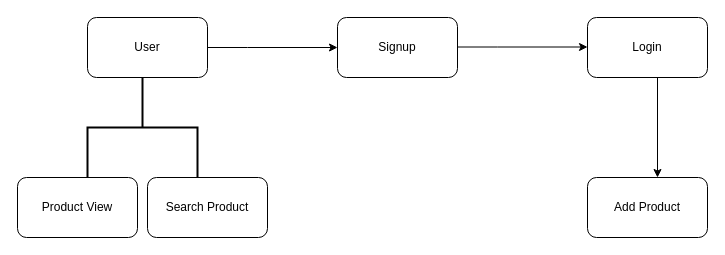
The draw.io diagram Untitled Diagram.drawio in Shilpa2022Git/HTMLCss, before the edit. Source tidied: cells renumbered, new cells numbered last; positions are measured from the earlier drawing's top-left corner, leaving out a move shared by most shapes. Both pictures are drawn from the tidied source at 100%, with x=0, y=0 at pixel (17, 17).
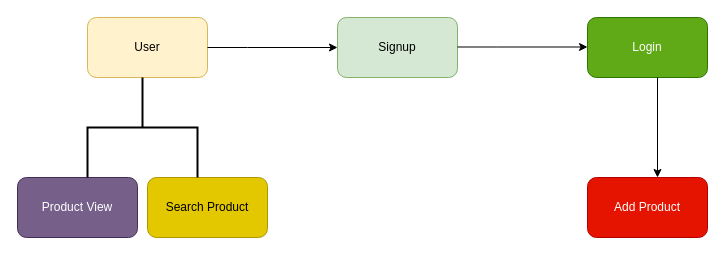
The same diagram, later.

Change to the diagram source:
```diff
@@
 <mxGraphModel>
   <root>
     <mxCell id="0" />
     <mxCell id="1" parent="0" />
-    <mxCell id="2" value="User" style="rounded=1;whiteSpace=wrap;html=1;" parent="1" vertex="1">
+    <mxCell id="2" value="User" style="rounded=1;whiteSpace=wrap;html=1;fillColor=#fff2cc;strokeColor=#d6b656;" parent="1" vertex="1">
       <mxGeometry x="70" width="120" height="60" as="geometry" />
     </mxCell>
-    <mxCell id="3" value="Signup" style="rounded=1;whiteSpace=wrap;html=1;" parent="1" vertex="1">
+    <mxCell id="3" value="Signup" style="rounded=1;whiteSpace=wrap;html=1;fillColor=#d5e8d4;strokeColor=#82b366;" parent="1" vertex="1">
       <mxGeometry x="320" width="120" height="60" as="geometry" />
     </mxCell>
-    <mxCell id="4" value="Login" style="rounded=1;whiteSpace=wrap;html=1;" parent="1" vertex="1">
+    <mxCell id="4" value="Login" style="rounded=1;whiteSpace=wrap;html=1;fillColor=#60a917;fontColor=#ffffff;strokeColor=#2D7600;" parent="1" vertex="1">
       <mxGeometry x="570" width="120" height="60" as="geometry" />
     </mxCell>
     <mxCell id="5" style="endArrow=classic;html=1;rounded=0;" parent="1" edge="1" target="3">
       <mxGeometry relative="1" as="geometry">
         <mxPoint x="190" y="30" as="sourcePoint" />
         <Array as="points">
           <mxPoint x="230" y="30" />
         </Array>
       </mxGeometry>
     </mxCell>
     <mxCell id="6" style="endArrow=classic;html=1;rounded=0;" parent="1" edge="1">
       <mxGeometry relative="1" as="geometry">
         <mxPoint x="640" y="60" as="sourcePoint" />
         <mxPoint x="640" y="160" as="targetPoint" />
       </mxGeometry>
     </mxCell>
     <mxCell id="7" style="endArrow=classic;html=1;rounded=0;" parent="1" edge="1">
       <mxGeometry relative="1" as="geometry">
         <mxPoint x="440" y="29.5" as="sourcePoint" />
         <mxPoint x="570" y="29.5" as="targetPoint" />
         <Array as="points">
           <mxPoint x="480" y="29.5" />
         </Array>
       </mxGeometry>
     </mxCell>
-    <mxCell id="8" value="Product View" style="rounded=1;whiteSpace=wrap;html=1;" parent="1" vertex="1">
+    <mxCell id="8" value="Product View" style="rounded=1;whiteSpace=wrap;html=1;fillColor=#76608a;fontColor=#ffffff;strokeColor=#432D57;" parent="1" vertex="1">
       <mxGeometry y="160" width="120" height="60" as="geometry" />
     </mxCell>
-    <mxCell id="9" value="Search Product" style="rounded=1;whiteSpace=wrap;html=1;" parent="1" vertex="1">
+    <mxCell id="9" value="Search Product" style="rounded=1;whiteSpace=wrap;html=1;fillColor=#e3c800;fontColor=#000000;strokeColor=#B09500;" parent="1" vertex="1">
       <mxGeometry x="130" y="160" width="120" height="60" as="geometry" />
     </mxCell>
-    <mxCell id="10" value="Add Product" style="rounded=1;whiteSpace=wrap;html=1;" parent="1" vertex="1">
+    <mxCell id="10" value="Add Product" style="rounded=1;whiteSpace=wrap;html=1;fillColor=#e51400;fontColor=#ffffff;strokeColor=#B20000;" parent="1" vertex="1">
       <mxGeometry x="570" y="160" width="120" height="60" as="geometry" />
     </mxCell>
     <mxCell id="11" style="strokeWidth=2;html=1;shape=mxgraph.flowchart.annotation_2;align=left;labelPosition=right;direction=south;" parent="1" vertex="1">
       <mxGeometry x="70" y="60" width="110" height="100" as="geometry" />
     </mxCell>
   </root>
 </mxGraphModel>
```
